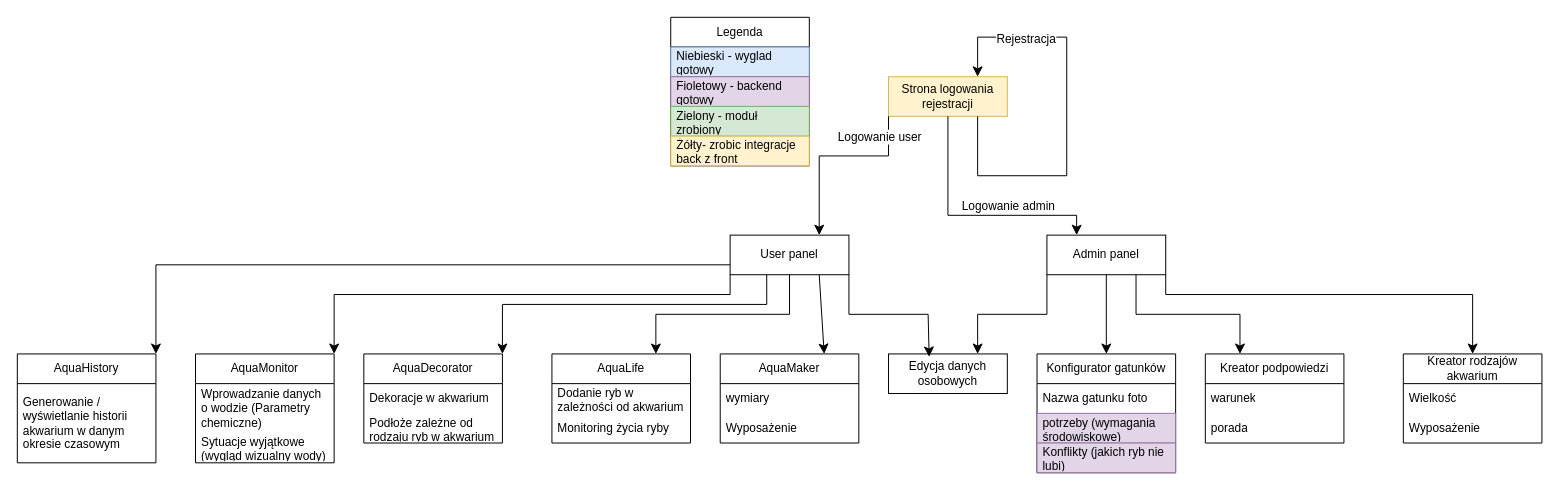
Earlier version of the draw.io diagram Dokumentacja/front flow.drawio (MrGrzesiek/AquaFriends). Source tidied: cells renumbered, new cells numbered last; positions are measured from the earlier drawing's top-left corner, leaving out a move shared by most shapes. Both pictures are drawn from the tidied source at 99%, with x=0, y=0 at pixel (17, 17).
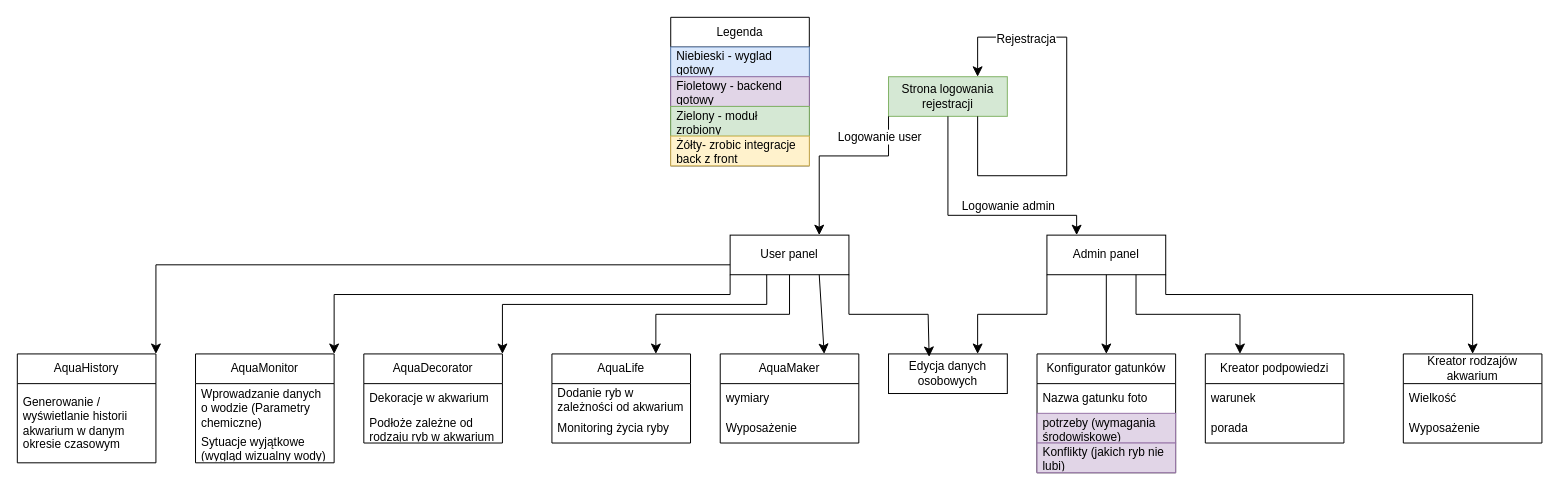
After the change.

Diff of the diagram source:
```diff
@@
-    <mxCell id="2" value="Strona logowania rejestracji" style="rounded=0;whiteSpace=wrap;html=1;fillColor=#fff2cc;strokeColor=#d6b656;" parent="1" vertex="1">
+    <mxCell id="2" value="Strona logowania rejestracji" style="rounded=0;whiteSpace=wrap;html=1;fillColor=#d5e8d4;strokeColor=#82b366;" parent="1" vertex="1">
       <mxGeometry x="880" y="60" width="120" height="40" as="geometry" />
     </mxCell>
```
